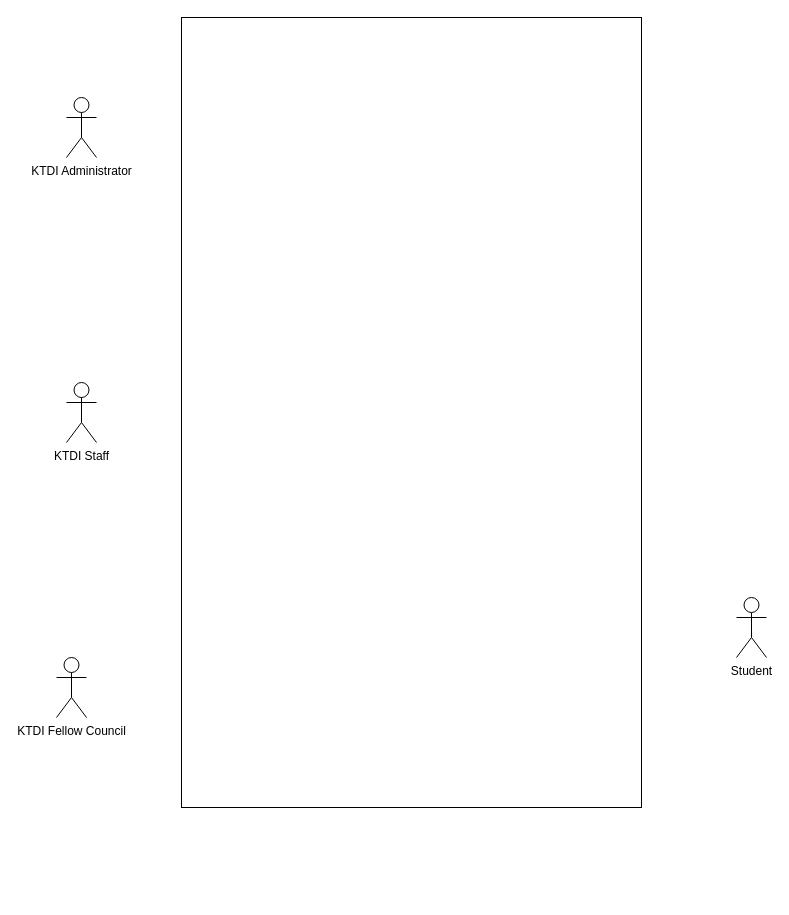
drshahizan/software-engineering keeps this draw.io diagram as page "Page-1" (1 of 2) of project/drawio/stakeholder/use_case.drawio. Above is the earlier version. Source tidied: cells renumbered, new cells numbered last; positions are measured from the earlier drawing's top-left corner, leaving out a move shared by most shapes. Both pictures are drawn from the tidied source at 100%, with x=0, y=0 at pixel (56, 17).
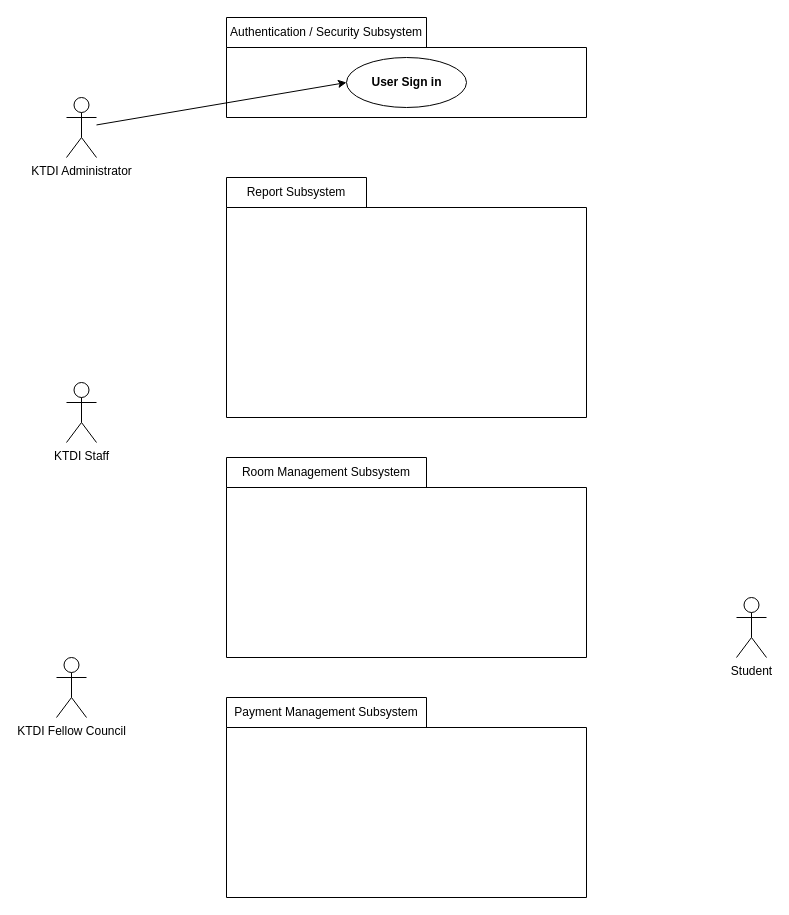
The same page after the edit.

Diff of the diagram source:
```diff
@@
 <mxGraphModel>
   <root>
     <mxCell id="0" />
     <mxCell id="1" parent="0" />
-    <mxCell id="2" style="rounded=0;whiteSpace=wrap;html=1;" parent="1" vertex="1">
-      <mxGeometry x="125" width="460" height="790" as="geometry" />
-    </mxCell>
     <mxCell id="3" value="KTDI Administrator" style="shape=umlActor;verticalLabelPosition=bottom;verticalAlign=top;html=1;" parent="1" vertex="1">
       <mxGeometry x="10" y="80" width="30" height="60" as="geometry" />
     </mxCell>
     <mxCell id="4" value="KTDI Staff" style="shape=umlActor;verticalLabelPosition=bottom;verticalAlign=top;html=1;" parent="1" vertex="1">
       <mxGeometry x="10" y="365" width="30" height="60" as="geometry" />
     </mxCell>
     <mxCell id="5" value="Student" style="shape=umlActor;verticalLabelPosition=bottom;verticalAlign=top;html=1;" parent="1" vertex="1">
       <mxGeometry x="680" y="580" width="30" height="60" as="geometry" />
     </mxCell>
     <mxCell id="6" value="KTDI Fellow Council" style="shape=umlActor;verticalLabelPosition=bottom;verticalAlign=top;html=1;" parent="1" vertex="1">
       <mxGeometry y="640" width="30" height="60" as="geometry" />
     </mxCell>
+    <mxCell id="7" value="User Sign in" style="shape=folder;fontStyle=1;tabWidth=200;tabHeight=30;tabPosition=left;html=1;boundedLbl=1;" parent="1" vertex="1">
+      <mxGeometry x="170" width="360" height="100" as="geometry" />
+    </mxCell>
+    <mxCell id="8" style="ellipse;whiteSpace=wrap;html=1;fillColor=none;" parent="1" vertex="1">
+      <mxGeometry x="290" y="40" width="120" height="50" as="geometry" />
+    </mxCell>
+    <mxCell id="9" value="Authentication / Security Subsystem" style="text;html=1;strokeColor=none;fillColor=none;align=center;verticalAlign=middle;whiteSpace=wrap;rounded=0;" parent="1" vertex="1">
+      <mxGeometry x="170" width="200" height="30" as="geometry" />
+    </mxCell>
+    <mxCell id="10" style="edgeStyle=none;html=1;entryX=0;entryY=0.5;entryDx=0;entryDy=0;" parent="1" edge="1" source="3" target="8">
+      <mxGeometry relative="1" as="geometry" />
+    </mxCell>
+    <mxCell id="11" style="shape=folder;fontStyle=1;tabWidth=140;tabHeight=30;tabPosition=left;html=1;boundedLbl=1;" parent="1" vertex="1">
+      <mxGeometry x="170" y="160" width="360" height="240" as="geometry" />
+    </mxCell>
+    <mxCell id="12" value="Report Subsystem" style="text;html=1;strokeColor=none;fillColor=none;align=center;verticalAlign=middle;whiteSpace=wrap;rounded=0;" parent="1" vertex="1">
+      <mxGeometry x="140" y="160" width="200" height="30" as="geometry" />
+    </mxCell>
+    <mxCell id="13" style="shape=folder;fontStyle=1;tabWidth=200;tabHeight=30;tabPosition=left;html=1;boundedLbl=1;" parent="1" vertex="1">
+      <mxGeometry x="170" y="440" width="360" height="200" as="geometry" />
+    </mxCell>
+    <mxCell id="14" value="Room Management Subsystem" style="text;html=1;strokeColor=none;fillColor=none;align=center;verticalAlign=middle;whiteSpace=wrap;rounded=0;" parent="1" vertex="1">
+      <mxGeometry x="170" y="440" width="200" height="30" as="geometry" />
+    </mxCell>
+    <mxCell id="15" style="shape=folder;fontStyle=1;tabWidth=200;tabHeight=30;tabPosition=left;html=1;boundedLbl=1;" parent="1" vertex="1">
+      <mxGeometry x="170" y="680" width="360" height="200" as="geometry" />
+    </mxCell>
+    <mxCell id="16" value="Payment Management Subsystem" style="text;html=1;strokeColor=none;fillColor=none;align=center;verticalAlign=middle;whiteSpace=wrap;rounded=0;" parent="1" vertex="1">
+      <mxGeometry x="170" y="680" width="200" height="30" as="geometry" />
+    </mxCell>
   </root>
 </mxGraphModel>
```
